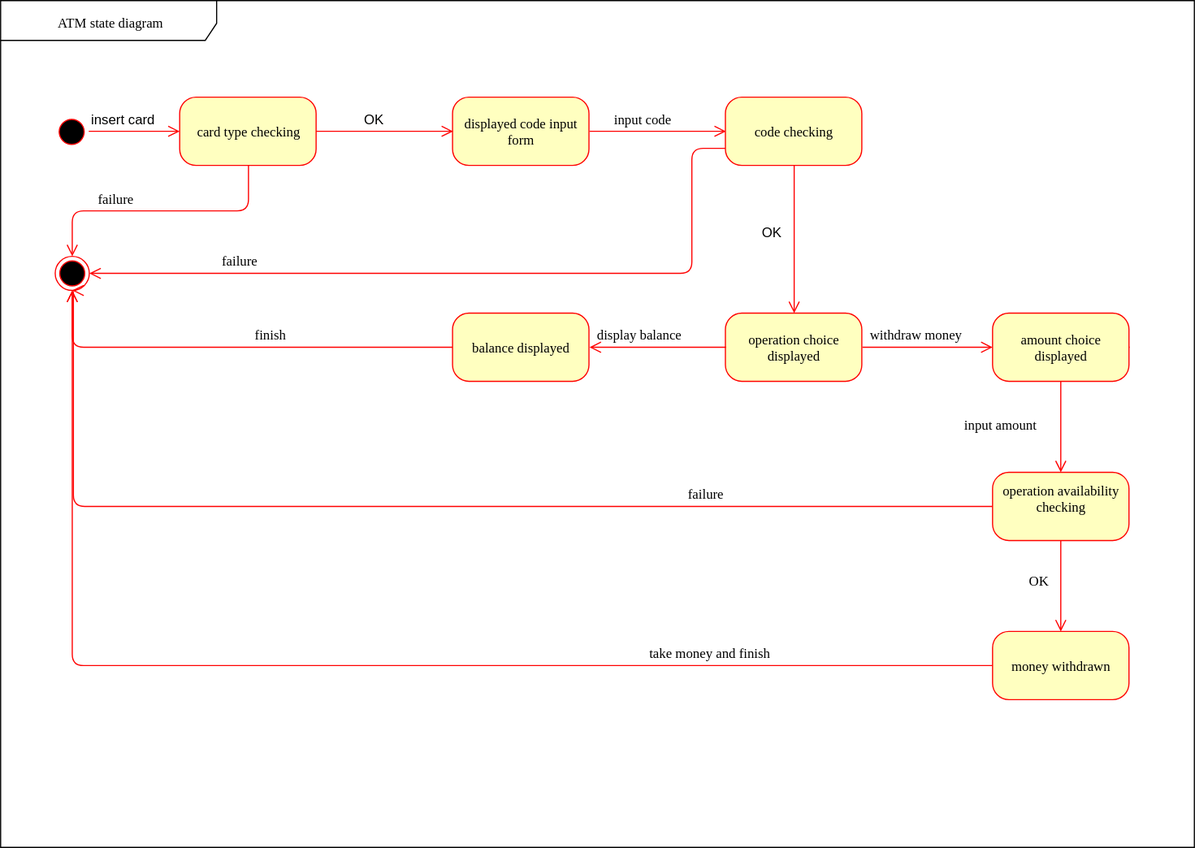
Earlier version of the draw.io export svg/StateDiagram.svg (Vermillio/OOP_2_course). Source tidied: cells renumbered, new cells last; positions are measured from the earlier drawing's top-left corner, leaving out a move shared by most shapes. Its diagram source:
```xml
<mxGraphModel background="#ffffff">
  <root>
    <mxCell id="0" />
    <mxCell id="1" parent="0" />
    <mxCell id="2" style="ellipse;html=1;shape=startState;fillColor=#000000;strokeColor=#ff0000;rounded=1;shadow=0;comic=0;labelBackgroundColor=none;fontFamily=Verdana;fontSize=12;fontColor=#000000;align=center;direction=south;" parent="1" vertex="1">
      <mxGeometry x="47.5" y="100" width="30" height="30" as="geometry" />
    </mxCell>
    <mxCell id="3" style="edgeStyle=orthogonalEdgeStyle;html=1;exitX=0;exitY=0.5;entryX=0.5;entryY=1;labelBackgroundColor=none;endArrow=open;endSize=8;strokeColor=#ff0000;fontFamily=Verdana;fontSize=12;align=left;" parent="1" edge="1" source="4" target="20">
      <mxGeometry relative="1" as="geometry" />
    </mxCell>
    <mxCell id="4" value="balance displayed" style="rounded=1;whiteSpace=wrap;html=1;arcSize=24;fillColor=#ffffc0;strokeColor=#ff0000;shadow=0;comic=0;labelBackgroundColor=none;fontFamily=Verdana;fontSize=12;fontColor=#000000;align=center;" parent="1" vertex="1">
      <mxGeometry x="397.5" y="275" width="120" height="60" as="geometry" />
    </mxCell>
    <mxCell id="5" style="edgeStyle=orthogonalEdgeStyle;html=1;exitX=0.5;exitY=1;entryX=0.5;entryY=0;labelBackgroundColor=none;endArrow=open;endSize=8;strokeColor=#ff0000;fontFamily=Verdana;fontSize=12;align=left;" parent="1" edge="1" source="6" target="20">
      <mxGeometry relative="1" as="geometry">
        <Array as="points">
          <mxPoint x="217.5" y="185" />
          <mxPoint x="62.5" y="185" />
        </Array>
      </mxGeometry>
    </mxCell>
    <mxCell id="6" value="card type checking" style="rounded=1;whiteSpace=wrap;html=1;arcSize=24;fillColor=#ffffc0;strokeColor=#ff0000;shadow=0;comic=0;labelBackgroundColor=none;fontFamily=Verdana;fontSize=12;fontColor=#000000;align=center;" parent="1" vertex="1">
      <mxGeometry x="157.5" y="85" width="120" height="60" as="geometry" />
    </mxCell>
    <mxCell id="7" style="edgeStyle=orthogonalEdgeStyle;html=1;entryX=1;entryY=0.5;labelBackgroundColor=none;endArrow=open;endSize=8;strokeColor=#ff0000;fontFamily=Verdana;fontSize=12;align=left;exitX=0;exitY=0.75;" parent="1" edge="1" source="35" target="20">
      <mxGeometry relative="1" as="geometry">
        <Array as="points">
          <mxPoint x="607.5" y="130" />
          <mxPoint x="607.5" y="240" />
        </Array>
      </mxGeometry>
    </mxCell>
    <mxCell id="8" style="edgeStyle=orthogonalEdgeStyle;html=1;exitX=1;exitY=0.5;entryX=0;entryY=0.5;labelBackgroundColor=none;endArrow=open;endSize=8;strokeColor=#ff0000;fontFamily=Verdana;fontSize=12;align=left;" parent="1" edge="1" source="9" target="35">
      <mxGeometry relative="1" as="geometry" />
    </mxCell>
    <mxCell id="9" value="displayed code input form" style="rounded=1;whiteSpace=wrap;html=1;arcSize=24;fillColor=#ffffc0;strokeColor=#ff0000;shadow=0;comic=0;labelBackgroundColor=none;fontFamily=Verdana;fontSize=12;fontColor=#000000;align=center;" parent="1" vertex="1">
      <mxGeometry x="397.5" y="85" width="120" height="60" as="geometry" />
    </mxCell>
    <mxCell id="10" value="operation choice displayed" style="rounded=1;whiteSpace=wrap;html=1;arcSize=24;fillColor=#ffffc0;strokeColor=#ff0000;shadow=0;comic=0;labelBackgroundColor=none;fontFamily=Verdana;fontSize=12;fontColor=#000000;align=center;" parent="1" vertex="1">
      <mxGeometry x="637.5" y="275" width="120" height="60" as="geometry" />
    </mxCell>
    <mxCell id="11" value="ATM state diagram" style="shape=umlFrame;whiteSpace=wrap;html=1;rounded=1;shadow=0;comic=0;labelBackgroundColor=none;strokeColor=#000000;strokeWidth=1;fillColor=#ffffff;fontFamily=Verdana;fontSize=12;fontColor=#000000;align=center;width=190;height=35;" parent="1" vertex="1">
      <mxGeometry width="1050" height="745" as="geometry" />
    </mxCell>
    <mxCell id="12" style="edgeStyle=orthogonalEdgeStyle;html=1;labelBackgroundColor=none;endArrow=open;endSize=8;strokeColor=#ff0000;fontFamily=Verdana;fontSize=12;align=left;" parent="1" edge="1" source="2" target="6">
      <mxGeometry relative="1" as="geometry" />
    </mxCell>
    <mxCell id="13" style="edgeStyle=orthogonalEdgeStyle;html=1;labelBackgroundColor=none;endArrow=open;endSize=8;strokeColor=#ff0000;fontFamily=Verdana;fontSize=12;align=left;entryX=0;entryY=0.5;" parent="1" edge="1" source="6" target="9">
      <mxGeometry relative="1" as="geometry">
        <Array as="points">
          <mxPoint x="337.5" y="115" />
          <mxPoint x="337.5" y="115" />
        </Array>
      </mxGeometry>
    </mxCell>
    <mxCell id="14" style="edgeStyle=orthogonalEdgeStyle;html=1;exitX=0;exitY=0.5;entryX=1;entryY=0.5;labelBackgroundColor=none;endArrow=open;endSize=8;strokeColor=#ff0000;fontFamily=Verdana;fontSize=12;align=left;" parent="1" edge="1" source="10" target="4">
      <mxGeometry relative="1" as="geometry" />
    </mxCell>
    <mxCell id="15" style="edgeStyle=orthogonalEdgeStyle;html=1;exitX=0.5;exitY=1;labelBackgroundColor=none;endArrow=open;endSize=8;strokeColor=#ff0000;fontFamily=Verdana;fontSize=12;align=left;entryX=0.5;entryY=0;" parent="1" edge="1" source="35" target="10">
      <mxGeometry relative="1" as="geometry">
        <Array as="points">
          <mxPoint x="697.5" y="245" />
          <mxPoint x="697.5" y="245" />
        </Array>
      </mxGeometry>
    </mxCell>
    <mxCell id="16" style="edgeStyle=orthogonalEdgeStyle;html=1;exitX=1;exitY=0.5;labelBackgroundColor=none;endArrow=open;endSize=8;strokeColor=#ff0000;fontFamily=Verdana;fontSize=12;align=left;" parent="1" edge="1" source="27">
      <mxGeometry relative="1" as="geometry">
        <mxPoint x="942.5" y="305" as="targetPoint" />
        <Array as="points">
          <mxPoint x="942.5" y="305" />
        </Array>
      </mxGeometry>
    </mxCell>
    <mxCell id="17" value="insert card" style="text;html=1;align=left;verticalAlign=top;spacingTop=-4;" parent="1" vertex="1">
      <mxGeometry x="77.5" y="95" width="70" height="20" as="geometry" />
    </mxCell>
    <mxCell id="18" value="OK" style="text;html=1;align=left;verticalAlign=top;spacingTop=-4;" parent="1" vertex="1">
      <mxGeometry x="317.5" y="95" width="30" height="20" as="geometry" />
    </mxCell>
    <mxCell id="19" value="OK" style="text;html=1;align=left;verticalAlign=top;spacingTop=-4;" parent="1" vertex="1">
      <mxGeometry x="667.5" y="195" width="30" height="20" as="geometry" />
    </mxCell>
    <mxCell id="20" style="ellipse;html=1;shape=endState;fillColor=#000000;strokeColor=#ff0000;" parent="1" vertex="1">
      <mxGeometry x="47.5" y="225" width="30" height="30" as="geometry" />
    </mxCell>
    <mxCell id="21" style="edgeStyle=orthogonalEdgeStyle;rounded=0;html=1;exitX=0;exitY=0.75;entryX=0;entryY=0.75;jettySize=auto;orthogonalLoop=1;" parent="1" edge="1" source="9" target="9">
      <mxGeometry relative="1" as="geometry" />
    </mxCell>
    <mxCell id="22" value="failure" style="text;html=1;align=left;verticalAlign=top;spacingTop=-4;fontSize=12;fontFamily=Verdana;" parent="1" vertex="1">
      <mxGeometry x="192.5" y="220" width="50" height="20" as="geometry" />
    </mxCell>
    <mxCell id="23" value="failure" style="text;html=1;align=left;verticalAlign=top;spacingTop=-4;fontSize=12;fontFamily=Verdana;" parent="1" vertex="1">
      <mxGeometry x="83.5" y="165" width="50" height="20" as="geometry" />
    </mxCell>
    <mxCell id="24" style="edgeStyle=orthogonalEdgeStyle;html=1;labelBackgroundColor=none;endArrow=open;endSize=8;strokeColor=#ff0000;fontFamily=Verdana;fontSize=12;align=left;" parent="1" edge="1" source="27" target="29">
      <mxGeometry relative="1" as="geometry" />
    </mxCell>
    <mxCell id="25" value="input amount" style="text;html=1;align=center;verticalAlign=middle;labelBackgroundColor=#ffffff;fontSize=12;fontFamily=Verdana;" parent="24" vertex="1">
      <mxGeometry x="-0.07" y="4" relative="1" as="geometry">
        <mxPoint x="-49" y="0.5" as="offset" />
      </mxGeometry>
    </mxCell>
    <mxCell id="26" style="edgeStyle=orthogonalEdgeStyle;html=1;exitX=0;exitY=0.5;entryX=0.5;entryY=1;labelBackgroundColor=none;endArrow=open;endSize=8;strokeColor=#ff0000;fontFamily=Verdana;fontSize=12;align=left;" parent="1" edge="1" source="29" target="20">
      <mxGeometry relative="1" as="geometry">
        <Array as="points">
          <mxPoint x="63.5" y="445" />
        </Array>
      </mxGeometry>
    </mxCell>
    <mxCell id="27" value="amount choice displayed" style="rounded=1;whiteSpace=wrap;html=1;arcSize=24;fillColor=#ffffc0;strokeColor=#ff0000;shadow=0;comic=0;labelBackgroundColor=none;fontFamily=Verdana;fontSize=12;fontColor=#000000;align=center;" parent="1" vertex="1">
      <mxGeometry x="872.5" y="275" width="120" height="60" as="geometry" />
    </mxCell>
    <mxCell id="28" style="edgeStyle=orthogonalEdgeStyle;html=1;labelBackgroundColor=none;endArrow=open;endSize=8;strokeColor=#ff0000;fontFamily=Verdana;fontSize=12;align=left;" parent="1" edge="1" source="29" target="31">
      <mxGeometry relative="1" as="geometry" />
    </mxCell>
    <mxCell id="29" value="operation availability checking" style="rounded=1;whiteSpace=wrap;html=1;arcSize=24;fillColor=#ffffc0;strokeColor=#ff0000;shadow=0;comic=0;labelBackgroundColor=none;fontFamily=Verdana;fontSize=12;fontColor=#000000;align=center;" parent="1" vertex="1">
      <mxGeometry x="872.5" y="415" width="120" height="60" as="geometry" />
    </mxCell>
    <mxCell id="30" style="edgeStyle=orthogonalEdgeStyle;html=1;exitX=0;exitY=0.5;entryX=0.5;entryY=1;labelBackgroundColor=none;endArrow=open;endSize=8;strokeColor=#ff0000;fontFamily=Verdana;fontSize=12;align=left;" parent="1" edge="1" source="31" target="20">
      <mxGeometry relative="1" as="geometry" />
    </mxCell>
    <mxCell id="31" value="money withdrawn" style="rounded=1;whiteSpace=wrap;html=1;arcSize=24;fillColor=#ffffc0;strokeColor=#ff0000;shadow=0;comic=0;labelBackgroundColor=none;fontFamily=Verdana;fontSize=12;fontColor=#000000;align=center;" parent="1" vertex="1">
      <mxGeometry x="872.5" y="555" width="120" height="60" as="geometry" />
    </mxCell>
    <mxCell id="32" style="edgeStyle=orthogonalEdgeStyle;html=1;exitX=1;exitY=0.5;labelBackgroundColor=none;endArrow=open;endSize=8;strokeColor=#ff0000;fontFamily=Verdana;fontSize=12;align=left;" parent="1" edge="1" source="10" target="27">
      <mxGeometry relative="1" as="geometry" />
    </mxCell>
    <mxCell id="33" value="display balance" style="text;html=1;align=left;verticalAlign=top;spacingTop=-4;fontSize=12;fontFamily=Verdana;" parent="1" vertex="1">
      <mxGeometry x="522.5" y="285" width="110" height="20" as="geometry" />
    </mxCell>
    <mxCell id="34" value="withdraw money" style="text;html=1;align=left;verticalAlign=top;spacingTop=-4;fontSize=12;fontFamily=Verdana;" parent="1" vertex="1">
      <mxGeometry x="762.5" y="285" width="120" height="20" as="geometry" />
    </mxCell>
    <mxCell id="35" value="code checking" style="rounded=1;whiteSpace=wrap;html=1;arcSize=24;fillColor=#ffffc0;strokeColor=#ff0000;shadow=0;comic=0;labelBackgroundColor=none;fontFamily=Verdana;fontSize=12;fontColor=#000000;align=center;" parent="1" vertex="1">
      <mxGeometry x="637.5" y="85" width="120" height="60" as="geometry" />
    </mxCell>
    <mxCell id="36" value="input code" style="text;html=1;align=left;verticalAlign=top;spacingTop=-4;fontSize=12;fontFamily=Verdana;" parent="1" vertex="1">
      <mxGeometry x="537.5" y="95" width="80" height="20" as="geometry" />
    </mxCell>
    <mxCell id="37" value="failure" style="text;html=1;align=left;verticalAlign=top;spacingTop=-4;fontSize=12;fontFamily=Verdana;" parent="1" vertex="1">
      <mxGeometry x="602.5" y="425" width="50" height="20" as="geometry" />
    </mxCell>
    <mxCell id="38" style="edgeStyle=orthogonalEdgeStyle;html=1;exitX=0.5;exitY=1;entryX=0.5;entryY=1;labelBackgroundColor=none;endArrow=open;endSize=8;strokeColor=#ff0000;fontFamily=Verdana;fontSize=12;align=left;" parent="1" edge="1" source="29" target="29">
      <mxGeometry relative="1" as="geometry" />
    </mxCell>
    <mxCell id="39" value="OK" style="text;html=1;align=left;verticalAlign=top;spacingTop=-4;fontSize=12;fontFamily=Verdana;" parent="1" vertex="1">
      <mxGeometry x="902.5" y="501" width="30" height="20" as="geometry" />
    </mxCell>
    <mxCell id="40" value="take money and finish" style="text;html=1;align=left;verticalAlign=top;spacingTop=-4;fontSize=12;fontFamily=Verdana;" parent="1" vertex="1">
      <mxGeometry x="568.5" y="565" width="150" height="20" as="geometry" />
    </mxCell>
    <mxCell id="41" value="finish" style="text;html=1;align=left;verticalAlign=top;spacingTop=-4;fontSize=12;fontFamily=Verdana;" parent="1" vertex="1">
      <mxGeometry x="221.5" y="285" width="50" height="20" as="geometry" />
    </mxCell>
  </root>
</mxGraphModel>
```
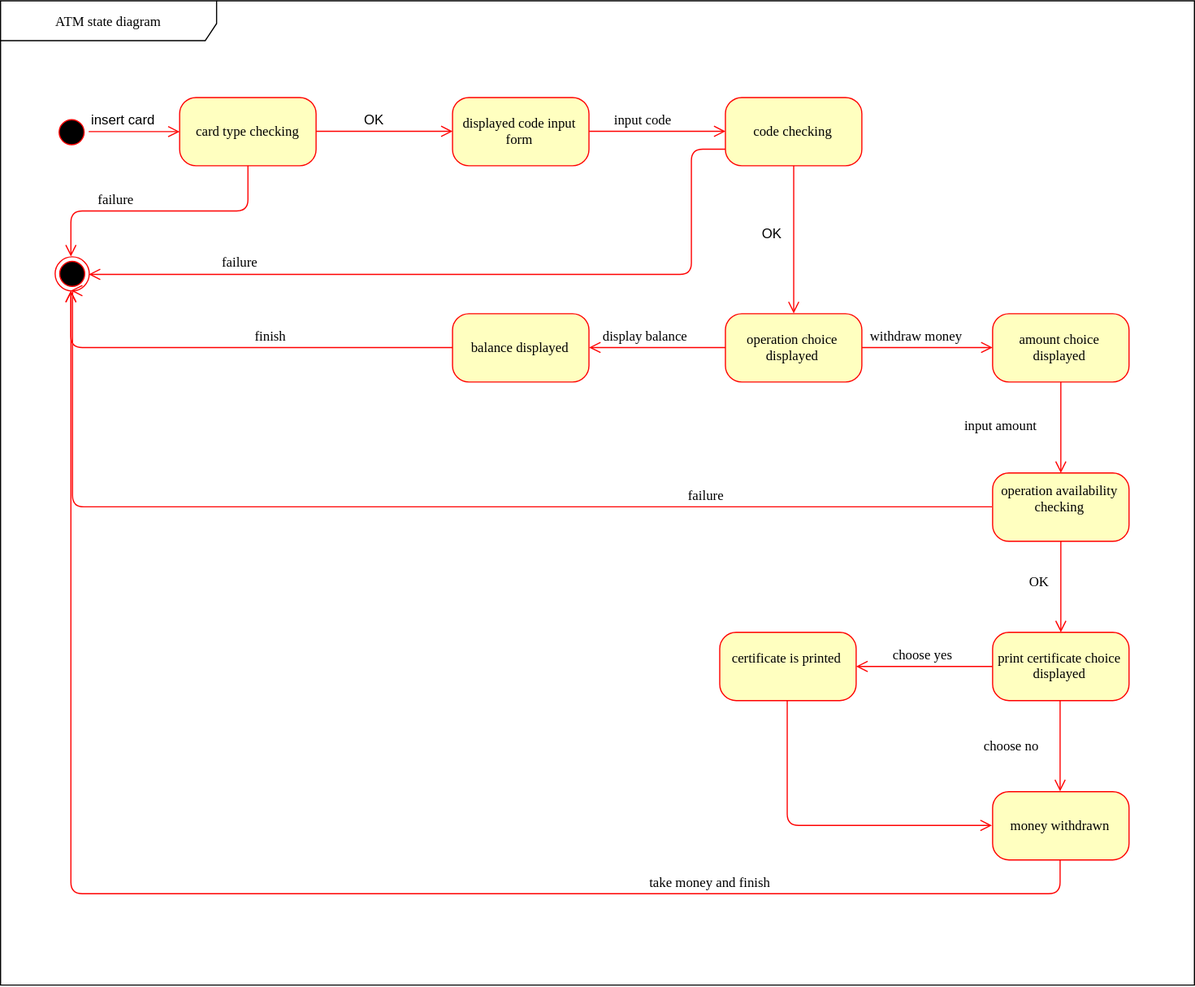
The same file after the commit.

What changed in the source:
```diff
@@ -40,7 +40,7 @@
       <mxGeometry x="637.5" y="275" width="120" height="60" as="geometry" />
     </mxCell>
     <mxCell id="11" value="ATM state diagram" style="shape=umlFrame;whiteSpace=wrap;html=1;rounded=1;shadow=0;comic=0;labelBackgroundColor=none;strokeColor=#000000;strokeWidth=1;fillColor=#ffffff;fontFamily=Verdana;fontSize=12;fontColor=#000000;align=center;width=190;height=35;" parent="1" vertex="1">
-      <mxGeometry width="1050" height="745" as="geometry" />
+      <mxGeometry width="1050" height="865" as="geometry" />
     </mxCell>
     <mxCell id="12" style="edgeStyle=orthogonalEdgeStyle;html=1;labelBackgroundColor=none;endArrow=open;endSize=8;strokeColor=#ff0000;fontFamily=Verdana;fontSize=12;align=left;" parent="1" edge="1" source="2" target="6">
       <mxGeometry relative="1" as="geometry" />
@@ -117,17 +117,34 @@
     <mxCell id="29" value="operation availability checking" style="rounded=1;whiteSpace=wrap;html=1;arcSize=24;fillColor=#ffffc0;strokeColor=#ff0000;shadow=0;comic=0;labelBackgroundColor=none;fontFamily=Verdana;fontSize=12;fontColor=#000000;align=center;" parent="1" vertex="1">
       <mxGeometry x="872.5" y="415" width="120" height="60" as="geometry" />
     </mxCell>
-    <mxCell id="30" style="edgeStyle=orthogonalEdgeStyle;html=1;exitX=0;exitY=0.5;entryX=0.5;entryY=1;labelBackgroundColor=none;endArrow=open;endSize=8;strokeColor=#ff0000;fontFamily=Verdana;fontSize=12;align=left;" parent="1" edge="1" source="31" target="20">
-      <mxGeometry relative="1" as="geometry" />
+    <mxCell id="30" style="edgeStyle=orthogonalEdgeStyle;html=1;exitX=0.5;exitY=1;entryX=0.5;entryY=1;labelBackgroundColor=none;endArrow=open;endSize=8;strokeColor=#ff0000;fontFamily=Verdana;fontSize=12;align=left;" parent="1" edge="1" source="46" target="20">
+      <mxGeometry relative="1" as="geometry">
+        <Array as="points">
+          <mxPoint x="932" y="785" />
+          <mxPoint x="62" y="785" />
+        </Array>
+      </mxGeometry>
     </mxCell>
+    <mxCell id="42" style="edgeStyle=orthogonalEdgeStyle;html=1;exitX=0.5;exitY=1;entryX=0.5;entryY=0;labelBackgroundColor=none;endArrow=open;endSize=8;strokeColor=#ff0000;fontFamily=Verdana;fontSize=12;align=left;" parent="1" edge="1" source="31" target="46">
+      <mxGeometry relative="1" as="geometry" />
+    </mxCell>
+    <mxCell id="43" style="edgeStyle=orthogonalEdgeStyle;html=1;labelBackgroundColor=none;endArrow=open;endSize=8;strokeColor=#ff0000;fontFamily=Verdana;fontSize=12;align=left;" parent="1" edge="1" source="31" target="45">
+      <mxGeometry relative="1" as="geometry" />
+    </mxCell>
-    <mxCell id="31" value="money withdrawn" style="rounded=1;whiteSpace=wrap;html=1;arcSize=24;fillColor=#ffffc0;strokeColor=#ff0000;shadow=0;comic=0;labelBackgroundColor=none;fontFamily=Verdana;fontSize=12;fontColor=#000000;align=center;" parent="1" vertex="1">
+    <mxCell id="31" value="print certificate choice displayed" style="rounded=1;whiteSpace=wrap;html=1;arcSize=24;fillColor=#ffffc0;strokeColor=#ff0000;shadow=0;comic=0;labelBackgroundColor=none;fontFamily=Verdana;fontSize=12;fontColor=#000000;align=center;" parent="1" vertex="1">
       <mxGeometry x="872.5" y="555" width="120" height="60" as="geometry" />
     </mxCell>
+    <mxCell id="44" style="edgeStyle=orthogonalEdgeStyle;html=1;exitX=0.5;exitY=1;entryX=0;entryY=0.5;labelBackgroundColor=none;endArrow=open;endSize=8;strokeColor=#ff0000;fontFamily=Verdana;fontSize=12;align=left;" parent="1" edge="1" source="45" target="46">
+      <mxGeometry relative="1" as="geometry" />
+    </mxCell>
+    <mxCell id="45" value="certificate is printed" style="rounded=1;whiteSpace=wrap;html=1;arcSize=24;fillColor=#ffffc0;strokeColor=#ff0000;shadow=0;comic=0;labelBackgroundColor=none;fontFamily=Verdana;fontSize=12;fontColor=#000000;align=center;" parent="1" vertex="1">
+      <mxGeometry x="632.5" y="555" width="120" height="60" as="geometry" />
+    </mxCell>
     <mxCell id="32" style="edgeStyle=orthogonalEdgeStyle;html=1;exitX=1;exitY=0.5;labelBackgroundColor=none;endArrow=open;endSize=8;strokeColor=#ff0000;fontFamily=Verdana;fontSize=12;align=left;" parent="1" edge="1" source="10" target="27">
       <mxGeometry relative="1" as="geometry" />
     </mxCell>
     <mxCell id="33" value="display balance" style="text;html=1;align=left;verticalAlign=top;spacingTop=-4;fontSize=12;fontFamily=Verdana;" parent="1" vertex="1">
-      <mxGeometry x="522.5" y="285" width="110" height="20" as="geometry" />
+      <mxGeometry x="527.5" y="285" width="110" height="20" as="geometry" />
     </mxCell>
     <mxCell id="34" value="withdraw money" style="text;html=1;align=left;verticalAlign=top;spacingTop=-4;fontSize=12;fontFamily=Verdana;" parent="1" vertex="1">
       <mxGeometry x="762.5" y="285" width="120" height="20" as="geometry" />
@@ -148,10 +165,19 @@
       <mxGeometry x="902.5" y="501" width="30" height="20" as="geometry" />
     </mxCell>
     <mxCell id="40" value="take money and finish" style="text;html=1;align=left;verticalAlign=top;spacingTop=-4;fontSize=12;fontFamily=Verdana;" parent="1" vertex="1">
-      <mxGeometry x="568.5" y="565" width="150" height="20" as="geometry" />
+      <mxGeometry x="568.5" y="765" width="150" height="20" as="geometry" />
     </mxCell>
     <mxCell id="41" value="finish" style="text;html=1;align=left;verticalAlign=top;spacingTop=-4;fontSize=12;fontFamily=Verdana;" parent="1" vertex="1">
       <mxGeometry x="221.5" y="285" width="50" height="20" as="geometry" />
     </mxCell>
+    <mxCell id="46" value="money withdrawn" style="rounded=1;whiteSpace=wrap;html=1;arcSize=24;fillColor=#ffffc0;strokeColor=#ff0000;shadow=0;comic=0;labelBackgroundColor=none;fontFamily=Verdana;fontSize=12;fontColor=#000000;align=center;" parent="1" vertex="1">
+      <mxGeometry x="872.5" y="695" width="120" height="60" as="geometry" />
+    </mxCell>
+    <mxCell id="47" value="choose yes" style="text;html=1;align=left;verticalAlign=top;spacingTop=-4;fontSize=12;fontFamily=Verdana;" parent="1" vertex="1">
+      <mxGeometry x="782.5" y="565" width="80" height="20" as="geometry" />
+    </mxCell>
+    <mxCell id="48" value="choose no" style="text;html=1;align=left;verticalAlign=top;spacingTop=-4;fontSize=12;fontFamily=Verdana;" parent="1" vertex="1">
+      <mxGeometry x="862.5" y="645" width="80" height="20" as="geometry" />
+    </mxCell>
   </root>
 </mxGraphModel>
```
